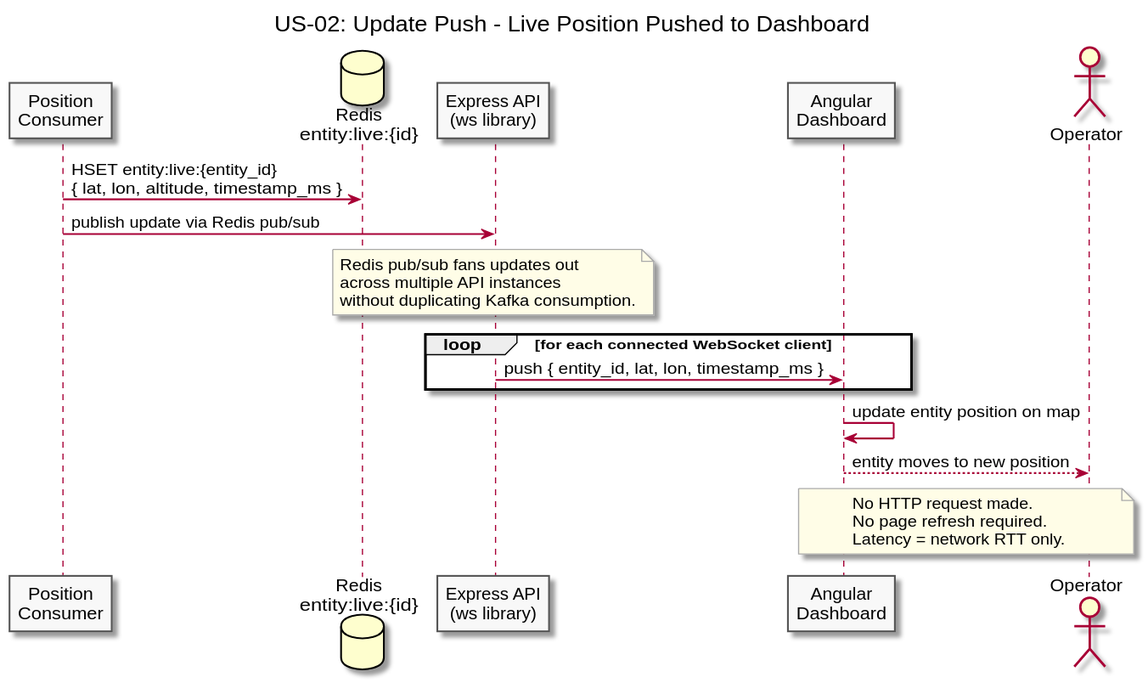
The PlantUML diagram diagrams/docs/use-cases/US-02-live-map-updates/update-push.svg in Buffden/sentinel, before a commit. Source of this version:
```plantuml
@startuml update-push
title US-02: Update Push - Live Position Pushed to Dashboard

skinparam sequenceArrowThickness 1.5
skinparam participantBorderColor #555555
skinparam participantBackgroundColor #F8F8F8
skinparam noteBorderColor #AAAAAA
skinparam noteBackgroundColor #FFFDE7

participant "Position\nConsumer" as Consumer
database "Redis\nentity:live:{id}" as Redis
participant "Express API\n(ws library)" as API
participant "Angular\nDashboard" as Dashboard
actor Operator

Consumer -> Redis : HSET entity:live:{entity_id}\n{ lat, lon, altitude, timestamp_ms }
Consumer -> API : publish update via Redis pub/sub

note over API
  Redis pub/sub fans updates out
  across multiple API instances
  without duplicating Kafka consumption.
end note

loop for each connected WebSocket client
  API -> Dashboard : push { entity_id, lat, lon, timestamp_ms }
end

Dashboard -> Dashboard : update entity position on map
Dashboard --> Operator : entity moves to new position

note over Dashboard, Operator
  No HTTP request made.
  No page refresh required.
  Latency = network RTT only.
end note

@enduml
```
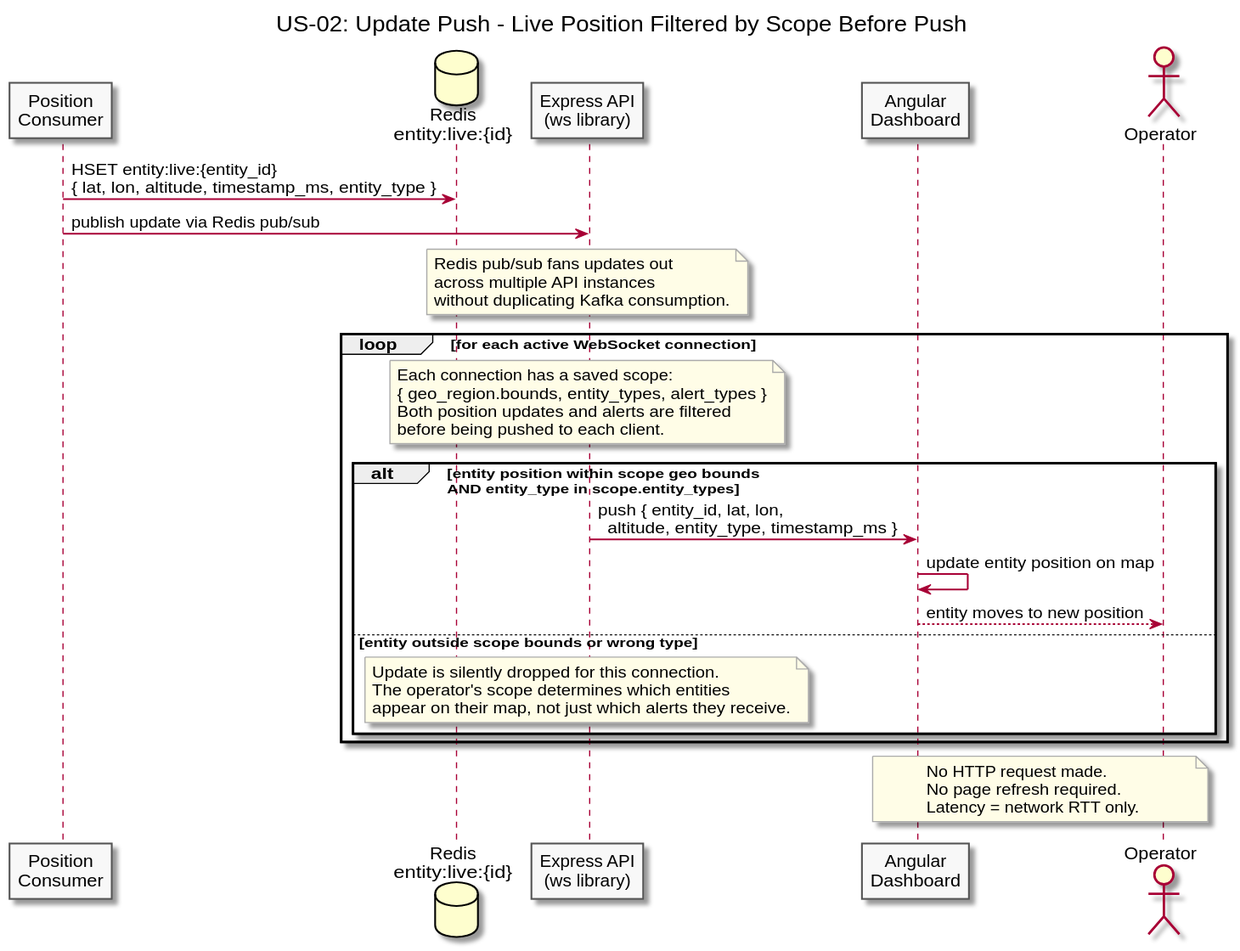
Above is the later version.

The edit, as a diff of the source:
```diff
@@ -1,5 +1,5 @@
 @startuml update-push
-title US-02: Update Push - Live Position Pushed to Dashboard
+title US-02: Update Push - Live Position Filtered by Scope Before Push
 
 skinparam sequenceArrowThickness 1.5
 skinparam participantBorderColor #555555
@@ -13,7 +13,7 @@
 participant "Angular\nDashboard" as Dashboard
 actor Operator
 
-Consumer -> Redis : HSET entity:live:{entity_id}\n{ lat, lon, altitude, timestamp_ms }
+Consumer -> Redis : HSET entity:live:{entity_id}\n{ lat, lon, altitude, timestamp_ms, entity_type }
 Consumer -> API : publish update via Redis pub/sub
 
 note over API
@@ -22,12 +22,26 @@
   without duplicating Kafka consumption.
 end note
 
-loop for each connected WebSocket client
-  API -> Dashboard : push { entity_id, lat, lon, timestamp_ms }
+loop for each active WebSocket connection
+  note over API
+    Each connection has a saved scope:
+    { geo_region.bounds, entity_types, alert_types }
+    Both position updates and alerts are filtered
+    before being pushed to each client.
+  end note
+
+  alt entity position within scope geo bounds\nAND entity_type in scope.entity_types
+    API -> Dashboard : push { entity_id, lat, lon,\n  altitude, entity_type, timestamp_ms }
+    Dashboard -> Dashboard : update entity position on map
+    Dashboard --> Operator : entity moves to new position
+  else entity outside scope bounds or wrong type
+    note over API
+      Update is silently dropped for this connection.
+      The operator's scope determines which entities
+      appear on their map, not just which alerts they receive.
+    end note
+  end
 end
-
-Dashboard -> Dashboard : update entity position on map
-Dashboard --> Operator : entity moves to new position
 
 note over Dashboard, Operator
   No HTTP request made.
```
